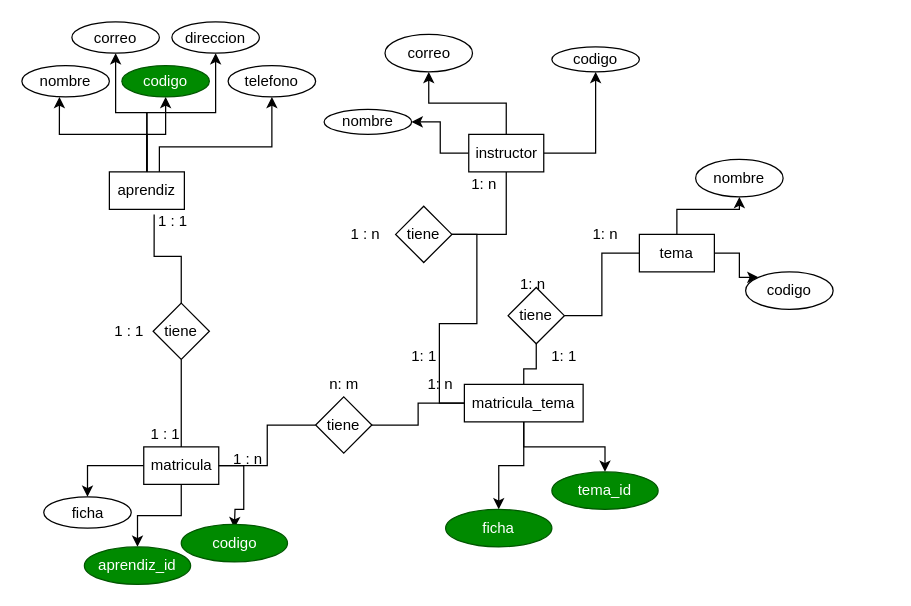
Above: 03-week/01-session/MER.drawio in StivenFerreira09/ADSO-3239137 (draw.io), before the change. Source tidied: cells renumbered, new cells numbered last; positions are measured from the earlier drawing's top-left corner, leaving out a move shared by most shapes. Both pictures are drawn from the tidied source at 125%, with x=0, y=0 at pixel (21, 21).
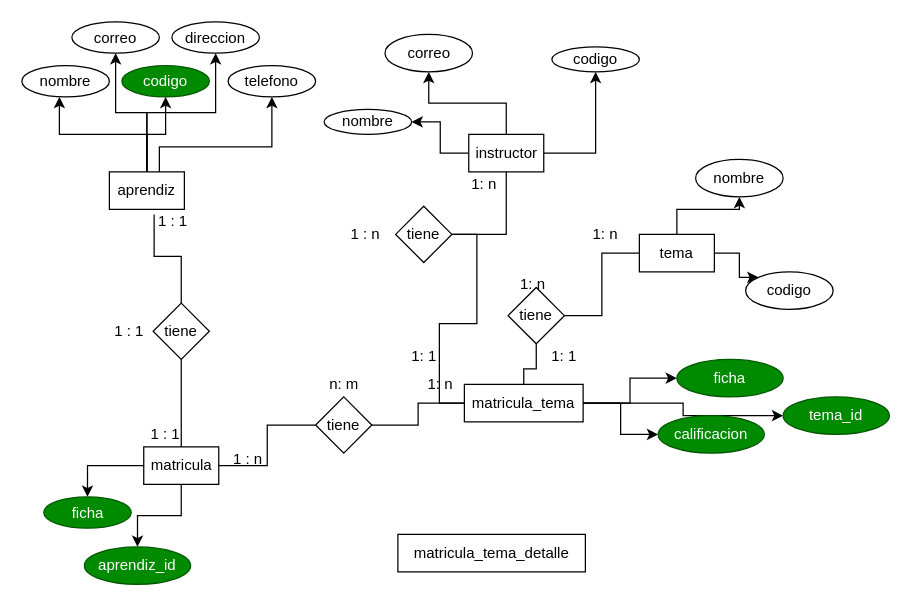
After the change.

Unchanged cells that the change refers to:
```xml
<mxCell id="17" value="matricula" style="rounded=0;whiteSpace=wrap;html=1;" parent="1" vertex="1">
  <mxGeometry x="97.5" y="340" width="60" height="30" as="geometry" />
</mxCell>
<mxCell id="33" value="matricula_tema" style="rounded=0;whiteSpace=wrap;html=1;" parent="1" vertex="1">
  <mxGeometry x="354" y="290" width="95" height="30" as="geometry" />
</mxCell>
```

What changed in the source:
```diff
@@
-    <mxCell id="16" style="edgeStyle=orthogonalEdgeStyle;rounded=0;jettySize=auto;html=1;" parent="1" edge="1" source="17">
-      <mxGeometry relative="1" as="geometry">
-        <mxPoint x="170" y="405" as="targetPoint" />
-      </mxGeometry>
-    </mxCell>
@@
-    <mxCell id="29" value="ficha" style="ellipse;whiteSpace=wrap;html=1;rounded=0;" parent="1" vertex="1">
+    <mxCell id="29" value="ficha" style="ellipse;whiteSpace=wrap;html=1;rounded=0;fillColor=#008a00;fontColor=#ffffff;strokeColor=#005700;" parent="1" vertex="1">
       <mxGeometry x="17.5" y="380" width="70" height="25" as="geometry" />
     </mxCell>
@@
+    <mxCell id="61" style="edgeStyle=orthogonalEdgeStyle;rounded=0;jettySize=auto;html=1;" parent="1" edge="1" source="33" target="62">
+      <mxGeometry relative="1" as="geometry" />
+    </mxCell>
@@
-    <mxCell id="34" value="codigo" style="ellipse;whiteSpace=wrap;html=1;rounded=0;fillColor=#008a00;fontColor=#ffffff;strokeColor=#005700;" parent="1" vertex="1">
-      <mxGeometry x="127.5" y="402" width="85" height="30" as="geometry" />
-    </mxCell>
     <mxCell id="35" value="ficha" style="ellipse;whiteSpace=wrap;html=1;rounded=0;fillColor=#008a00;fontColor=#ffffff;strokeColor=#005700;" parent="1" vertex="1">
-      <mxGeometry x="339" y="390" width="85" height="30" as="geometry" />
+      <mxGeometry x="524" y="270" width="85" height="30" as="geometry" />
     </mxCell>
     <mxCell id="36" value="tema_id" style="ellipse;whiteSpace=wrap;html=1;rounded=0;fillColor=#008a00;fontColor=#ffffff;strokeColor=#005700;" parent="1" vertex="1">
-      <mxGeometry x="424" y="360" width="85" height="30" as="geometry" />
+      <mxGeometry x="609" y="300" width="85" height="30" as="geometry" />
     </mxCell>
@@
+    <mxCell id="62" value="calificacion" style="ellipse;whiteSpace=wrap;html=1;rounded=0;fillColor=#008a00;fontColor=#ffffff;strokeColor=#005700;" parent="1" vertex="1">
+      <mxGeometry x="509" y="315" width="85" height="30" as="geometry" />
+    </mxCell>
+    <mxCell id="63" value="matricula_tema_detalle" style="rounded=0;whiteSpace=wrap;html=1;" parent="1" vertex="1">
+      <mxGeometry x="300.8" y="410" width="150" height="30" as="geometry" />
+    </mxCell>
```
